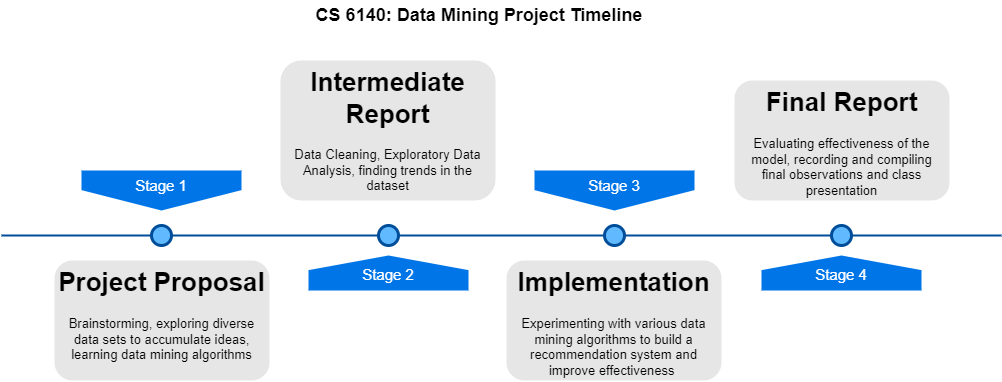
CrypticNumbers8/Event-Role-Classifier keeps this draw.io diagram as DM.drawio.png. Above is the earlier version. Source tidied: cells renumbered, new cells last; positions are measured from the earlier drawing's top-left corner, leaving out a move shared by most shapes.
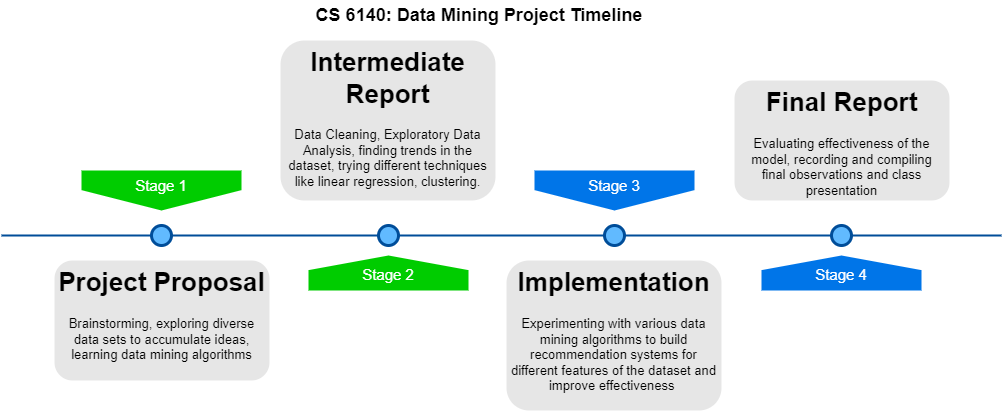
After the change.

Diff of the diagram source:
```diff
@@ -5,13 +5,13 @@
     <mxCell id="2" style="line;strokeWidth=2;html=1;fillColor=none;fontSize=28;fontColor=#004D99;strokeColor=#004D99;" parent="1" vertex="1">
       <mxGeometry y="230" width="1000" height="10" as="geometry" />
     </mxCell>
-    <mxCell id="3" value="Stage 1" style="shape=offPageConnector;whiteSpace=wrap;html=1;fillColor=#0075E8;fontSize=15;fontColor=#FFFFFF;size=0.5093750000000015;verticalAlign=top;strokeColor=none;" parent="1" vertex="1">
+    <mxCell id="3" value="Stage 1" style="shape=offPageConnector;whiteSpace=wrap;html=1;fillColor=#00CC00;fontSize=15;fontColor=#FFFFFF;size=0.5093750000000015;verticalAlign=top;strokeColor=none;" parent="1" vertex="1">
       <mxGeometry x="80" y="170" width="160" height="40" as="geometry" />
     </mxCell>
     <mxCell id="4" value="&lt;span&gt;Stage 3&lt;/span&gt;" style="shape=offPageConnector;whiteSpace=wrap;html=1;fillColor=#0075E8;fontSize=15;fontColor=#FFFFFF;size=0.5093750000000015;verticalAlign=top;strokeColor=none;" parent="1" vertex="1">
       <mxGeometry x="533" y="170" width="160" height="40" as="geometry" />
     </mxCell>
-    <mxCell id="5" value="&lt;span&gt;Stage 2&lt;/span&gt;" style="shape=offPageConnector;whiteSpace=wrap;html=1;fillColor=#0075E8;fontSize=15;fontColor=#FFFFFF;size=0.4178571428571445;flipV=1;verticalAlign=bottom;strokeColor=none;spacingBottom=4;" parent="1" vertex="1">
+    <mxCell id="5" value="&lt;span&gt;Stage 2&lt;/span&gt;" style="shape=offPageConnector;whiteSpace=wrap;html=1;fillColor=#00CC00;fontSize=15;fontColor=#FFFFFF;size=0.4178571428571445;flipV=1;verticalAlign=bottom;strokeColor=none;spacingBottom=4;" parent="1" vertex="1">
       <mxGeometry x="307" y="255" width="160" height="35" as="geometry" />
     </mxCell>
     <mxCell id="6" value="&lt;span&gt;Stage 4&lt;/span&gt;" style="shape=offPageConnector;whiteSpace=wrap;html=1;fillColor=#0075E8;fontSize=15;fontColor=#FFFFFF;size=0.4178571428571445;flipV=1;verticalAlign=bottom;strokeColor=none;spacingBottom=4;" parent="1" vertex="1">
@@ -32,11 +32,11 @@
     <mxCell id="11" value="&lt;h1&gt;Project Proposal&lt;/h1&gt;&lt;p&gt;Brainstorming, exploring diverse data sets to accumulate ideas, learning data mining algorithms&lt;/p&gt;" style="text;html=1;spacing=5;spacingTop=-20;whiteSpace=wrap;overflow=hidden;strokeColor=none;strokeWidth=3;fillColor=#E6E6E6;fontSize=13;fontColor=#000000;align=center;rounded=1;" parent="1" vertex="1">
       <mxGeometry x="53" y="260" width="215" height="120" as="geometry" />
     </mxCell>
-    <mxCell id="12" value="&lt;h1&gt;Intermediate Report&lt;/h1&gt;&lt;p&gt;Data Cleaning, Exploratory Data Analysis, finding trends in the dataset&lt;/p&gt;" style="text;html=1;spacing=5;spacingTop=-20;whiteSpace=wrap;overflow=hidden;strokeColor=none;strokeWidth=3;fillColor=#E6E6E6;fontSize=13;fontColor=#000000;align=center;rounded=1;" parent="1" vertex="1">
-      <mxGeometry x="279" y="60" width="215" height="140" as="geometry" />
+    <mxCell id="12" value="&lt;h1&gt;Intermediate Report&lt;/h1&gt;&lt;p&gt;Data Cleaning, Exploratory Data Analysis, finding trends in the dataset, trying different techniques like linear regression, clustering.&lt;/p&gt;" style="text;html=1;spacing=5;spacingTop=-20;whiteSpace=wrap;overflow=hidden;strokeColor=none;strokeWidth=3;fillColor=#E6E6E6;fontSize=13;fontColor=#000000;align=center;rounded=1;" parent="1" vertex="1">
+      <mxGeometry x="279" y="40" width="215" height="160" as="geometry" />
     </mxCell>
-    <mxCell id="13" value="&lt;h1&gt;Implementation&lt;/h1&gt;&lt;p&gt;Experimenting with various data mining algorithms to build a recommendation system and improve effectiveness&amp;nbsp;&lt;/p&gt;" style="text;html=1;spacing=5;spacingTop=-20;whiteSpace=wrap;overflow=hidden;strokeColor=none;strokeWidth=3;fillColor=#E6E6E6;fontSize=13;fontColor=#000000;align=center;rounded=1;" parent="1" vertex="1">
-      <mxGeometry x="505" y="260" width="215" height="120" as="geometry" />
+    <mxCell id="13" value="&lt;h1&gt;Implementation&lt;/h1&gt;&lt;p&gt;Experimenting with various data mining algorithms to build recommendation systems for different features of the dataset and improve effectiveness&amp;nbsp;&lt;/p&gt;" style="text;html=1;spacing=5;spacingTop=-20;whiteSpace=wrap;overflow=hidden;strokeColor=none;strokeWidth=3;fillColor=#E6E6E6;fontSize=13;fontColor=#000000;align=center;rounded=1;" parent="1" vertex="1">
+      <mxGeometry x="505" y="260" width="215" height="150" as="geometry" />
     </mxCell>
     <mxCell id="14" value="&lt;h1&gt;Final Report&lt;/h1&gt;&lt;p&gt;Evaluating effectiveness of the model, recording and compiling final observations and class presentation&lt;/p&gt;" style="text;html=1;spacing=5;spacingTop=-20;whiteSpace=wrap;overflow=hidden;strokeColor=none;strokeWidth=3;fillColor=#E6E6E6;fontSize=13;fontColor=#000000;align=center;rounded=1;" parent="1" vertex="1">
       <mxGeometry x="733" y="80" width="215" height="120" as="geometry" />
```
